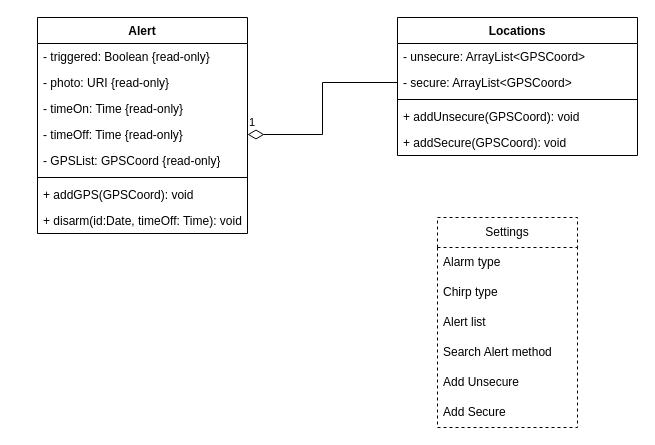
ddc-java-17/leave-me-alone-reedsearle keeps this draw.io diagram as work/UML.drawio. Above is the earlier version. Source tidied: cells renumbered, new cells numbered last; positions are measured from the earlier drawing's top-left corner, leaving out a move shared by most shapes. Both pictures are drawn from the tidied source at 100%, with x=0, y=0 at pixel (37, 17).
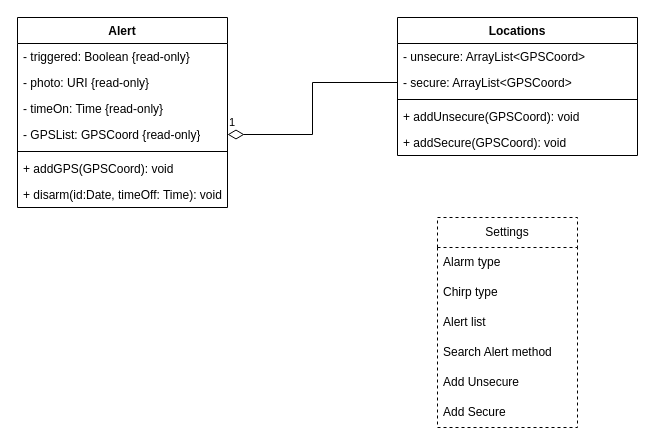
The same page after the edit.

Commit message (it also covers changes not shown here):
Cleaned up erd and uml

The change refers to these unchanged cells:
```xml
<mxCell id="13" value="- secure: ArrayList&amp;lt;GPSCoord&amp;gt;" style="text;strokeColor=none;fillColor=none;align=left;verticalAlign=top;spacingLeft=4;spacingRight=4;overflow=hidden;points=[[0,0.5],[1,0.5]];portConstraint=eastwest;whiteSpace=wrap;html=1;" parent="11" vertex="1">
  <mxGeometry y="52" width="240" height="26" as="geometry" />
</mxCell>
```

Diff of the diagram source:
```diff
@@
     <mxCell id="2" value="Alert" style="swimlane;fontStyle=1;align=center;verticalAlign=top;horizontal=1;startSize=26;whiteSpace=wrap;html=1;" parent="1" vertex="1">
-      <mxGeometry width="210" height="216" as="geometry" />
+      <mxGeometry x="-20" width="210" height="190" as="geometry" />
     </mxCell>
@@
-    <mxCell id="6" value="- timeOff: Time {read-only}" style="text;strokeColor=none;fillColor=none;align=left;verticalAlign=top;spacingLeft=4;spacingRight=4;overflow=hidden;points=[[0,0.5],[1,0.5]];portConstraint=eastwest;whiteSpace=wrap;html=1;" parent="2" vertex="1">
-      <mxGeometry y="104" width="210" height="26" as="geometry" />
-    </mxCell>
     <mxCell id="7" value="- GPSList: GPSCoord {read-only}" style="text;strokeColor=none;fillColor=none;align=left;verticalAlign=top;spacingLeft=4;spacingRight=4;overflow=hidden;points=[[0,0.5],[1,0.5]];portConstraint=eastwest;whiteSpace=wrap;html=1;" parent="2" vertex="1">
-      <mxGeometry y="130" width="210" height="26" as="geometry" />
+      <mxGeometry y="104" width="210" height="26" as="geometry" />
     </mxCell>
     <mxCell id="8" style="line;strokeWidth=1;fillColor=none;align=left;verticalAlign=middle;spacingTop=-1;spacingLeft=3;spacingRight=3;labelPosition=right;strokeColor=inherit;" parent="2" vertex="1">
-      <mxGeometry y="156" width="210" height="8" as="geometry" />
+      <mxGeometry y="130" width="210" height="8" as="geometry" />
     </mxCell>
     <mxCell id="9" value="+ addGPS(GPSCoord): void" style="text;strokeColor=none;fillColor=none;align=left;verticalAlign=top;spacingLeft=4;spacingRight=4;overflow=hidden;whiteSpace=wrap;html=1;" parent="2" vertex="1">
-      <mxGeometry y="164" width="210" height="26" as="geometry" />
+      <mxGeometry y="138" width="210" height="26" as="geometry" />
     </mxCell>
     <mxCell id="10" value="+ disarm(id:Date, timeOff: Time): void" style="text;strokeColor=none;fillColor=none;align=left;verticalAlign=top;spacingLeft=4;spacingRight=4;overflow=hidden;whiteSpace=wrap;html=1;" parent="2" vertex="1">
-      <mxGeometry y="190" width="210" height="26" as="geometry" />
+      <mxGeometry y="164" width="210" height="26" as="geometry" />
     </mxCell>
@@
-    <mxCell id="24" value="1" style="endArrow=none;html=1;endSize=12;startArrow=diamondThin;startSize=14;startFill=0;edgeStyle=orthogonalEdgeStyle;align=left;verticalAlign=bottom;rounded=0;exitX=1;exitY=0.5;exitDx=0;exitDy=0;entryX=0;entryY=0.5;entryDx=0;entryDy=0;endFill=0;" parent="1" edge="1" source="6" target="13">
+    <mxCell id="24" value="1" style="endArrow=none;html=1;endSize=12;startArrow=diamondThin;startSize=14;startFill=0;edgeStyle=orthogonalEdgeStyle;align=left;verticalAlign=bottom;rounded=0;exitX=1;exitY=0.5;exitDx=0;exitDy=0;entryX=0;entryY=0.5;entryDx=0;entryDy=0;endFill=0;" parent="1" edge="1" source="7" target="13">
       <mxGeometry x="-1" y="3" relative="1" as="geometry" />
     </mxCell>
```
